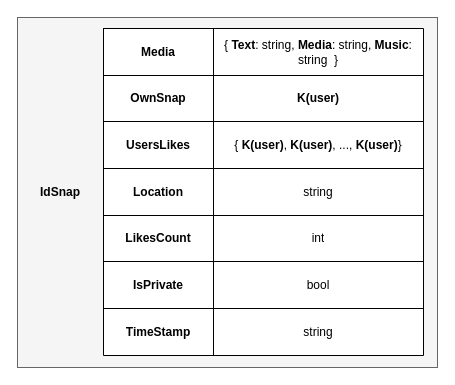
Earlier version of the draw.io diagram NoAM/collections-snap.drawio (Antonet99/noSQL-Snapchat). Source tidied: cells renumbered, new cells numbered last; positions are measured from the earlier drawing's top-left corner, leaving out a move shared by most shapes. Both pictures are drawn from the tidied source at 100%, with x=0, y=0 at pixel (17, 17).
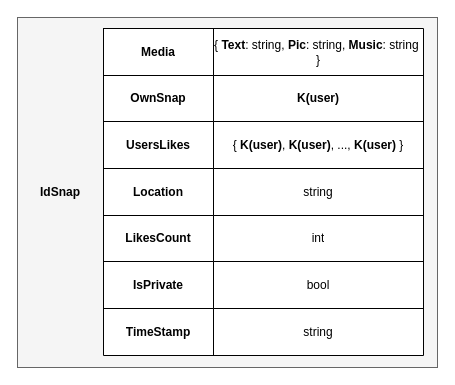
The same page after the edit.

The change refers to these unchanged cells:
```xml
<mxCell id="5" style="shape=tableRow;horizontal=0;startSize=0;swimlaneHead=0;swimlaneBody=0;strokeColor=inherit;top=0;left=0;bottom=0;right=0;fillColor=none;" parent="4" vertex="1">
  <mxGeometry width="320" height="47" as="geometry" />
</mxCell>
<mxCell id="11" style="shape=tableRow;horizontal=0;startSize=0;swimlaneHead=0;swimlaneBody=0;strokeColor=inherit;top=0;left=0;bottom=0;right=0;fillColor=none;" parent="4" vertex="1">
  <mxGeometry y="93" width="320" height="47" as="geometry" />
</mxCell>
```

What changed in the source:
```diff
@@
-    <mxCell id="7" value="{ &lt;b&gt;Text&lt;/b&gt;: string, &lt;b&gt;Media&lt;/b&gt;: string, &lt;b&gt;Music&lt;/b&gt;: string&amp;nbsp; }" style="shape=partialRectangle;html=1;whiteSpace=wrap;strokeColor=inherit;overflow=hidden;fillColor=none;top=0;left=0;bottom=0;right=0;" parent="5" vertex="1">
+    <mxCell id="7" value="{ &lt;b&gt;Text&lt;/b&gt;: string, &lt;b&gt;Pic&lt;/b&gt;: string, &lt;b&gt;Music&lt;/b&gt;: string&amp;nbsp; }" style="shape=partialRectangle;html=1;whiteSpace=wrap;strokeColor=inherit;overflow=hidden;fillColor=none;top=0;left=0;bottom=0;right=0;" parent="5" vertex="1">
       <mxGeometry x="110" width="210" height="47" as="geometry" />
     </mxCell>
@@
-    <mxCell id="13" value="{ &lt;b&gt;K(user)&lt;/b&gt;, &lt;b&gt;K(user)&lt;/b&gt;, ..., &lt;b&gt;K(user)&lt;/b&gt;}" style="shape=partialRectangle;html=1;whiteSpace=wrap;strokeColor=inherit;overflow=hidden;fillColor=none;top=0;left=0;bottom=0;right=0;" parent="11" vertex="1">
+    <mxCell id="13" value="{ &lt;b&gt;K(user)&lt;/b&gt;, &lt;b&gt;K(user)&lt;/b&gt;, ..., &lt;b&gt;K(user)&lt;/b&gt; }" style="shape=partialRectangle;html=1;whiteSpace=wrap;strokeColor=inherit;overflow=hidden;fillColor=none;top=0;left=0;bottom=0;right=0;" parent="11" vertex="1">
       <mxGeometry x="110" width="210" height="47" as="geometry" />
     </mxCell>
```
